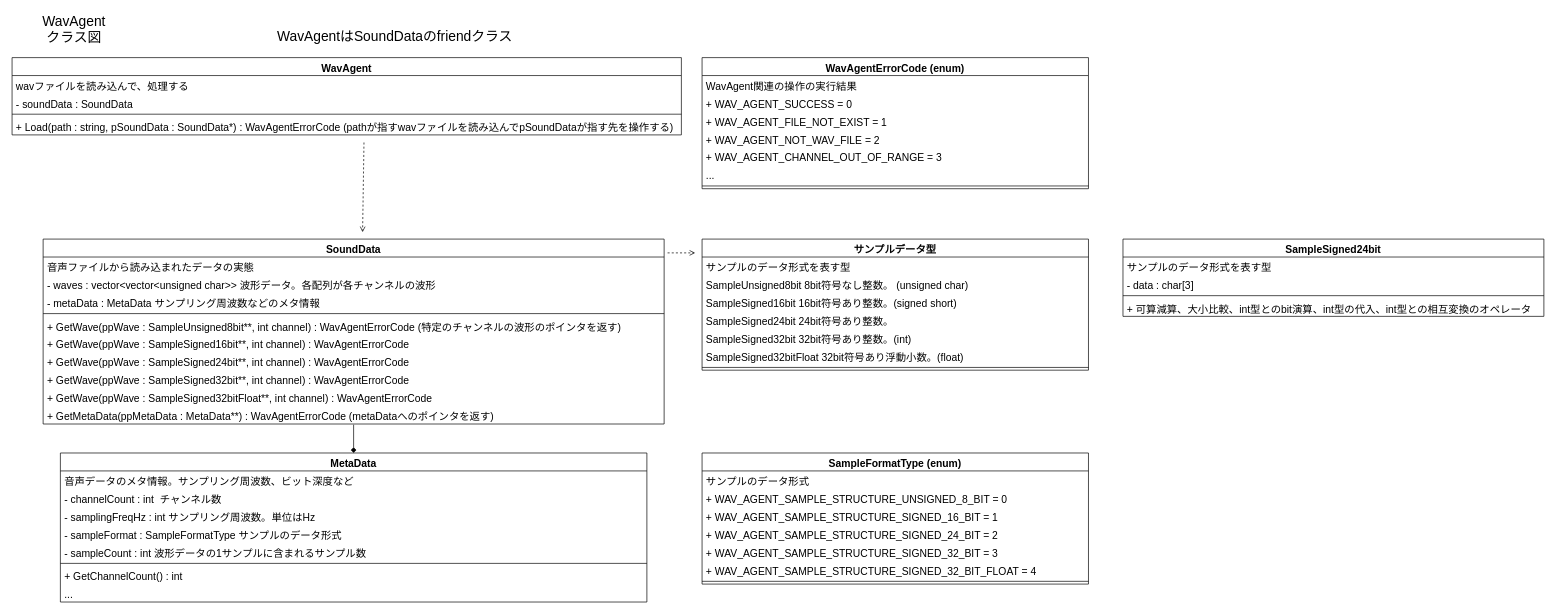
Before: design/WavAgentClassDiagram.drawio in Dumble009/WavAgent, a draw.io diagram. Source tidied: cells renumbered, new cells numbered last; positions are measured from the earlier drawing's top-left corner, leaving out a move shared by most shapes. Both pictures are drawn from the tidied source at 69%, with x=0, y=0 at pixel (12, 18).
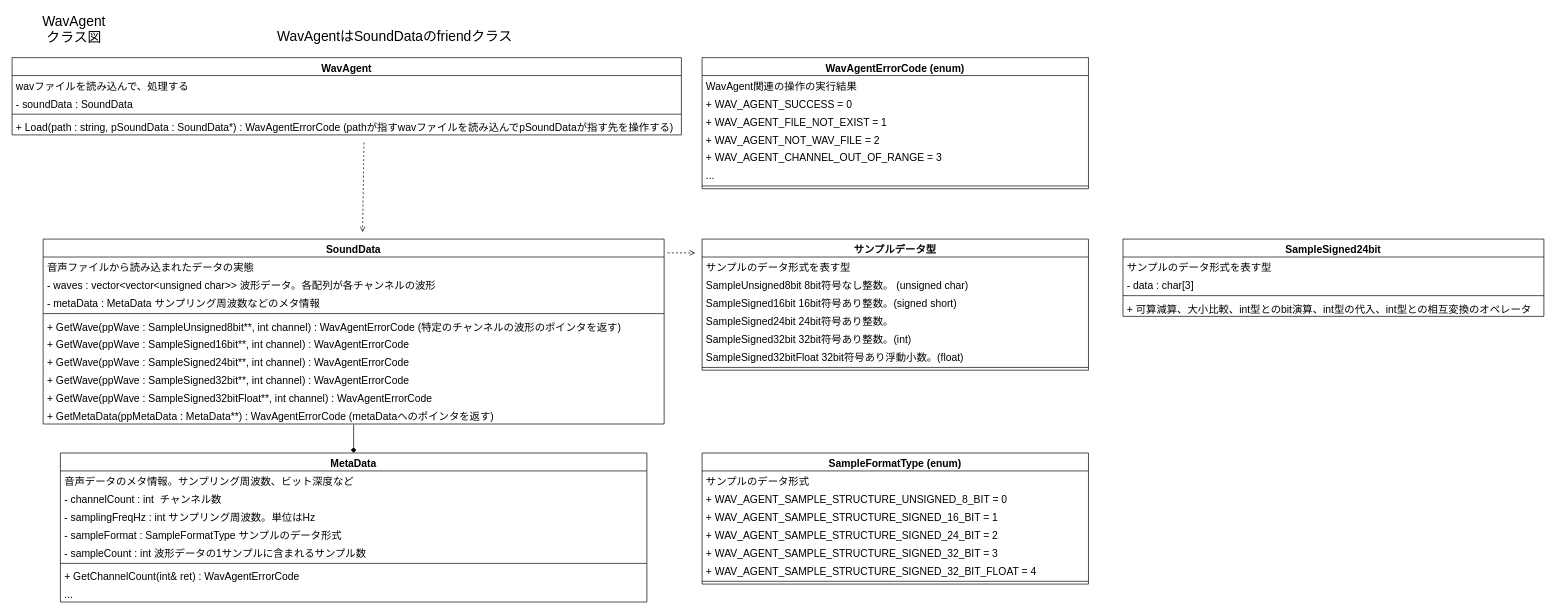
After the change.

Commit message (it also covers changes not shown here):
WavAgentにおける各種操作の実行結果を表すenum WavAgentErrorCodeを宣言

The change refers to these unchanged cells:
```xml
<mxCell id="20" value="MetaData" style="swimlane;fontStyle=1;align=center;verticalAlign=top;horizontal=1;startSize=26;fontSize=15;" parent="1" vertex="1">
  <mxGeometry x="70" y="630" width="850" height="216" as="geometry" />
</mxCell>
```

The edit, as a diff of the source:
```diff
@@
-    <mxCell id="27" value="+ GetChannelCount() : int" style="text;strokeColor=none;fillColor=none;align=left;verticalAlign=top;spacingLeft=4;spacingRight=4;overflow=hidden;fontSize=15;" parent="20" vertex="1">
+    <mxCell id="27" value="+ GetChannelCount(int&amp; ret) : WavAgentErrorCode" style="text;strokeColor=none;fillColor=none;align=left;verticalAlign=top;spacingLeft=4;spacingRight=4;overflow=hidden;fontSize=15;" parent="20" vertex="1">
       <mxGeometry y="164" width="850" height="26" as="geometry" />
     </mxCell>
```
